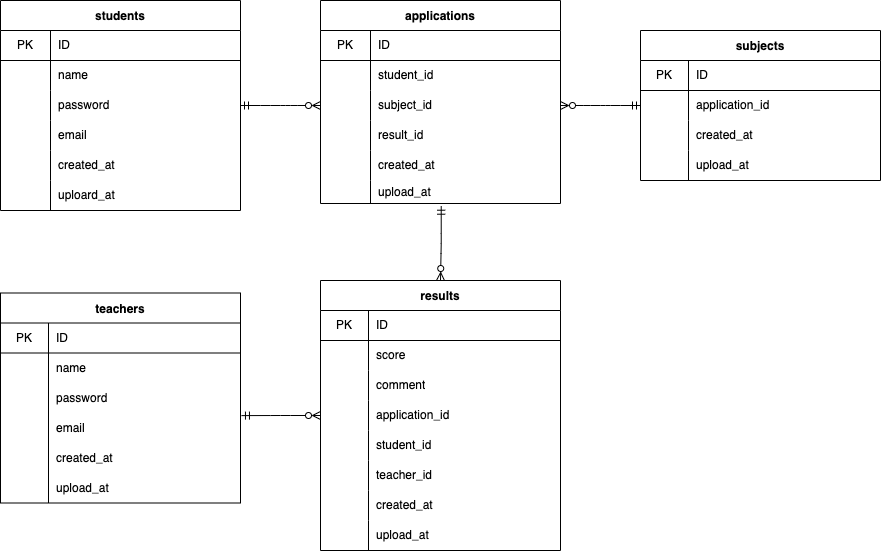
Earlier version of the draw.io export index.drawio.png (nishimura87/20220731nishimura). Source tidied: cells renumbered, new cells last; positions are measured from the earlier drawing's top-left corner, leaving out a move shared by most shapes.
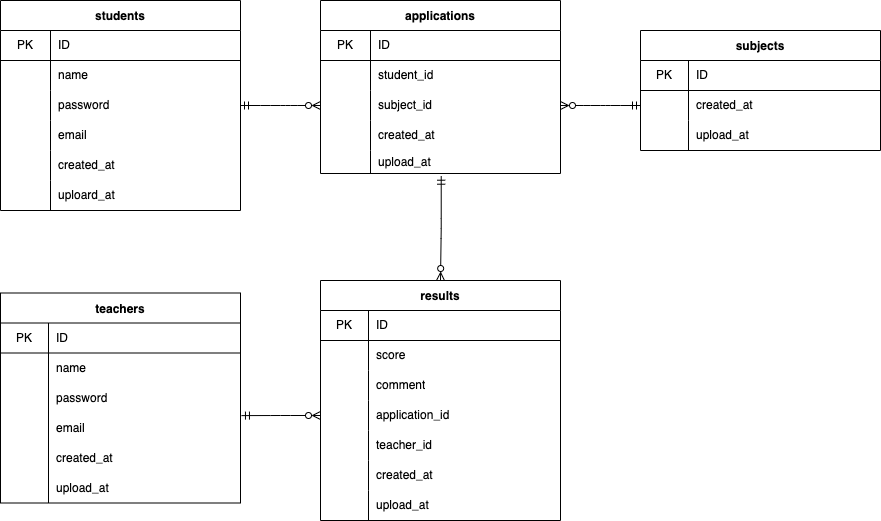
Above is the later version.

The edit, as a diff of the source:
```diff
@@ -60,7 +60,7 @@
       <mxGeometry x="50" width="190" height="30" as="geometry" />
     </mxCell>
     <mxCell id="21" value="applications" style="shape=table;startSize=30;rowLines=0;fontStyle=1;align=center;" parent="1" vertex="1">
-      <mxGeometry x="320" width="240" height="203" as="geometry" />
+      <mxGeometry x="320" width="240" height="173" as="geometry" />
     </mxCell>
     <mxCell id="22" style="shape=partialRectangle;html=1;whiteSpace=wrap;fillColor=none;top=0;left=0;bottom=1;right=0;" parent="21" vertex="1">
       <mxGeometry y="30" width="240" height="30" as="geometry" />
@@ -89,17 +89,8 @@
     <mxCell id="30" value="subject_id" style="shape=partialRectangle;html=1;whiteSpace=wrap;fillColor=none;top=0;left=0;bottom=0;right=0;align=left;spacingLeft=6;overflow=hidden;" parent="28" vertex="1">
       <mxGeometry x="50" width="190" height="30" as="geometry" />
     </mxCell>
-    <mxCell id="31" style="shape=partialRectangle;html=1;whiteSpace=wrap;fillColor=none;top=0;left=0;bottom=0;right=0;" parent="21" vertex="1">
-      <mxGeometry y="120" width="240" height="30" as="geometry" />
-    </mxCell>
-    <mxCell id="32" style="shape=partialRectangle;html=1;whiteSpace=wrap;fillColor=none;top=0;left=0;bottom=0;right=0;overflow=hidden;" parent="31" vertex="1">
-      <mxGeometry width="50" height="30" as="geometry" />
-    </mxCell>
-    <mxCell id="33" value="result_id" style="shape=partialRectangle;html=1;whiteSpace=wrap;fillColor=none;top=0;left=0;bottom=0;right=0;align=left;spacingLeft=6;overflow=hidden;" parent="31" vertex="1">
-      <mxGeometry x="50" width="190" height="30" as="geometry" />
-    </mxCell>
     <mxCell id="34" style="shape=partialRectangle;html=1;whiteSpace=wrap;fillColor=none;top=0;left=0;bottom=0;right=0;" parent="21" vertex="1">
-      <mxGeometry y="150" width="240" height="30" as="geometry" />
+      <mxGeometry y="120" width="240" height="30" as="geometry" />
     </mxCell>
     <mxCell id="35" style="shape=partialRectangle;html=1;whiteSpace=wrap;fillColor=none;top=0;left=0;bottom=0;right=0;overflow=hidden;" parent="34" vertex="1">
       <mxGeometry width="50" height="30" as="geometry" />
@@ -108,7 +99,7 @@
       <mxGeometry x="50" width="190" height="30" as="geometry" />
     </mxCell>
     <mxCell id="37" style="shape=partialRectangle;html=1;whiteSpace=wrap;fillColor=none;top=0;left=0;bottom=0;right=0;points=[[0,0.5],[1,0.5]];portConstraint=eastwest;" parent="21" vertex="1">
-      <mxGeometry y="180" width="240" height="23" as="geometry" />
+      <mxGeometry y="150" width="240" height="23" as="geometry" />
     </mxCell>
     <mxCell id="38" style="shape=partialRectangle;html=1;whiteSpace=wrap;fillColor=none;top=0;left=0;bottom=0;right=0;overflow=hidden;" parent="37" vertex="1">
       <mxGeometry width="50" height="23" as="geometry" />
@@ -176,14 +167,16 @@
     <mxCell id="59" style="endArrow=ERzeroToMany;html=1;exitX=1;exitY=0.5;exitDx=0;exitDy=0;entryX=0;entryY=0.5;entryDx=0;entryDy=0;edgeStyle=entityRelationEdgeStyle;endFill=0;startArrow=ERmandOne;startFill=0;" parent="1" edge="1" source="9" target="28">
       <mxGeometry relative="1" as="geometry" />
     </mxCell>
-    <mxCell id="60" style="endArrow=ERmandOne;html=1;edgeStyle=entityRelationEdgeStyle;endFill=0;startArrow=ERzeroToMany;startFill=0;elbow=vertical;exitX=1;exitY=0.5;exitDx=0;exitDy=0;entryX=0;entryY=0.5;entryDx=0;entryDy=0;" parent="1" edge="1" source="28" target="92">
-      <mxGeometry relative="1" as="geometry" />
+    <mxCell id="60" style="endArrow=ERmandOne;html=1;edgeStyle=entityRelationEdgeStyle;endFill=0;startArrow=ERzeroToMany;startFill=0;elbow=vertical;exitX=1;exitY=0.5;exitDx=0;exitDy=0;entryX=0;entryY=0.5;entryDx=0;entryDy=0;" parent="1" edge="1" source="28">
+      <mxGeometry relative="1" as="geometry">
+        <mxPoint x="640" y="105" as="targetPoint" />
+      </mxGeometry>
     </mxCell>
     <mxCell id="61" style="edgeStyle=elbowEdgeStyle;html=1;startArrow=ERmandOne;startFill=0;endArrow=ERzeroToMany;endFill=0;exitX=0.503;exitY=1.118;exitDx=0;exitDy=0;exitPerimeter=0;entryX=0.5;entryY=0;entryDx=0;entryDy=0;elbow=vertical;" parent="1" edge="1" source="37" target="62">
       <mxGeometry relative="1" as="geometry" />
     </mxCell>
     <mxCell id="62" value="results" style="shape=table;startSize=30;rowLines=0;fontStyle=1;align=center;" parent="1" vertex="1">
-      <mxGeometry x="320" y="280" width="240" height="270" as="geometry" />
+      <mxGeometry x="320" y="280" width="240" height="240" as="geometry" />
     </mxCell>
     <mxCell id="63" style="shape=partialRectangle;html=1;whiteSpace=wrap;fillColor=none;top=0;left=0;bottom=1;right=0;" parent="62" vertex="1">
       <mxGeometry y="30" width="240" height="30" as="geometry" />
@@ -221,17 +214,8 @@
     <mxCell id="74" value="application_id" style="shape=partialRectangle;html=1;whiteSpace=wrap;fillColor=none;top=0;left=0;bottom=0;right=0;align=left;spacingLeft=6;overflow=hidden;" parent="72" vertex="1">
       <mxGeometry x="48" width="192" height="30" as="geometry" />
     </mxCell>
-    <mxCell id="75" style="shape=partialRectangle;html=1;whiteSpace=wrap;fillColor=none;top=0;left=0;bottom=0;right=0;" parent="62" vertex="1">
-      <mxGeometry y="150" width="240" height="30" as="geometry" />
-    </mxCell>
-    <mxCell id="76" style="shape=partialRectangle;html=1;whiteSpace=wrap;fillColor=none;top=0;left=0;bottom=0;right=0;overflow=hidden;" parent="75" vertex="1">
-      <mxGeometry width="48" height="30" as="geometry" />
-    </mxCell>
-    <mxCell id="77" value="student_id" style="shape=partialRectangle;html=1;whiteSpace=wrap;fillColor=none;top=0;left=0;bottom=0;right=0;align=left;spacingLeft=6;overflow=hidden;" parent="75" vertex="1">
-      <mxGeometry x="48" width="192" height="30" as="geometry" />
-    </mxCell>
     <mxCell id="78" style="shape=partialRectangle;html=1;whiteSpace=wrap;fillColor=none;top=0;left=0;bottom=0;right=0;" parent="62" vertex="1">
-      <mxGeometry y="180" width="240" height="30" as="geometry" />
+      <mxGeometry y="150" width="240" height="30" as="geometry" />
     </mxCell>
     <mxCell id="79" style="shape=partialRectangle;html=1;whiteSpace=wrap;fillColor=none;top=0;left=0;bottom=0;right=0;overflow=hidden;" parent="78" vertex="1">
       <mxGeometry width="48" height="30" as="geometry" />
@@ -240,7 +224,7 @@
       <mxGeometry x="48" width="192" height="30" as="geometry" />
     </mxCell>
     <mxCell id="81" style="shape=partialRectangle;html=1;whiteSpace=wrap;fillColor=none;top=0;left=0;bottom=0;right=0;" parent="62" vertex="1">
-      <mxGeometry y="210" width="240" height="30" as="geometry" />
+      <mxGeometry y="180" width="240" height="30" as="geometry" />
     </mxCell>
     <mxCell id="82" style="shape=partialRectangle;html=1;whiteSpace=wrap;fillColor=none;top=0;left=0;bottom=0;right=0;overflow=hidden;" parent="81" vertex="1">
       <mxGeometry width="48" height="30" as="geometry" />
@@ -249,7 +233,7 @@
       <mxGeometry x="48" width="192" height="30" as="geometry" />
     </mxCell>
     <mxCell id="84" style="shape=partialRectangle;html=1;whiteSpace=wrap;fillColor=none;top=0;left=0;bottom=0;right=0;" parent="62" vertex="1">
-      <mxGeometry y="240" width="240" height="30" as="geometry" />
+      <mxGeometry y="210" width="240" height="30" as="geometry" />
     </mxCell>
     <mxCell id="85" style="shape=partialRectangle;html=1;whiteSpace=wrap;fillColor=none;top=0;left=0;bottom=0;right=0;overflow=hidden;" parent="84" vertex="1">
       <mxGeometry width="48" height="30" as="geometry" />
@@ -261,7 +245,7 @@
       <mxGeometry relative="1" as="geometry" />
     </mxCell>
     <mxCell id="88" value="subjects" style="shape=table;startSize=30;rowLines=0;fontStyle=1;align=center;" parent="1" vertex="1">
-      <mxGeometry x="640" y="30" width="240" height="150" as="geometry" />
+      <mxGeometry x="640" y="30" width="240" height="120" as="geometry" />
     </mxCell>
     <mxCell id="89" style="shape=partialRectangle;html=1;whiteSpace=wrap;fillColor=none;top=0;left=0;bottom=1;right=0;" parent="88" vertex="1">
       <mxGeometry y="30" width="240" height="30" as="geometry" />
@@ -272,17 +256,8 @@
     <mxCell id="91" value="ID" style="shape=partialRectangle;html=1;whiteSpace=wrap;fillColor=none;top=0;left=0;bottom=0;right=0;align=left;spacingLeft=6;overflow=hidden;" parent="89" vertex="1">
       <mxGeometry x="48" width="192" height="30" as="geometry" />
     </mxCell>
-    <mxCell id="92" style="shape=partialRectangle;html=1;whiteSpace=wrap;fillColor=none;top=0;left=0;bottom=0;right=0;points=[[0,0.5],[1,0.5]];portConstraint=eastwest;" parent="88" vertex="1">
-      <mxGeometry y="60" width="240" height="30" as="geometry" />
-    </mxCell>
-    <mxCell id="93" style="shape=partialRectangle;html=1;whiteSpace=wrap;fillColor=none;top=0;left=0;bottom=0;right=0;overflow=hidden;" parent="92" vertex="1">
-      <mxGeometry width="48" height="30" as="geometry" />
-    </mxCell>
-    <mxCell id="94" value="application_id" style="shape=partialRectangle;html=1;whiteSpace=wrap;fillColor=none;top=0;left=0;bottom=0;right=0;align=left;spacingLeft=6;overflow=hidden;" parent="92" vertex="1">
-      <mxGeometry x="48" width="192" height="30" as="geometry" />
-    </mxCell>
     <mxCell id="95" style="shape=partialRectangle;html=1;whiteSpace=wrap;fillColor=none;top=0;left=0;bottom=0;right=0;" parent="88" vertex="1">
-      <mxGeometry y="90" width="240" height="30" as="geometry" />
+      <mxGeometry y="60" width="240" height="30" as="geometry" />
     </mxCell>
     <mxCell id="96" style="shape=partialRectangle;html=1;whiteSpace=wrap;fillColor=none;top=0;left=0;bottom=0;right=0;overflow=hidden;" parent="95" vertex="1">
       <mxGeometry width="48" height="30" as="geometry" />
@@ -291,7 +266,7 @@
       <mxGeometry x="48" width="192" height="30" as="geometry" />
     </mxCell>
     <mxCell id="98" style="shape=partialRectangle;html=1;whiteSpace=wrap;fillColor=none;top=0;left=0;bottom=0;right=0;" parent="88" vertex="1">
-      <mxGeometry y="120" width="240" height="30" as="geometry" />
+      <mxGeometry y="90" width="240" height="30" as="geometry" />
     </mxCell>
     <mxCell id="99" style="shape=partialRectangle;html=1;whiteSpace=wrap;fillColor=none;top=0;left=0;bottom=0;right=0;overflow=hidden;" parent="98" vertex="1">
       <mxGeometry width="48" height="30" as="geometry" />
```
